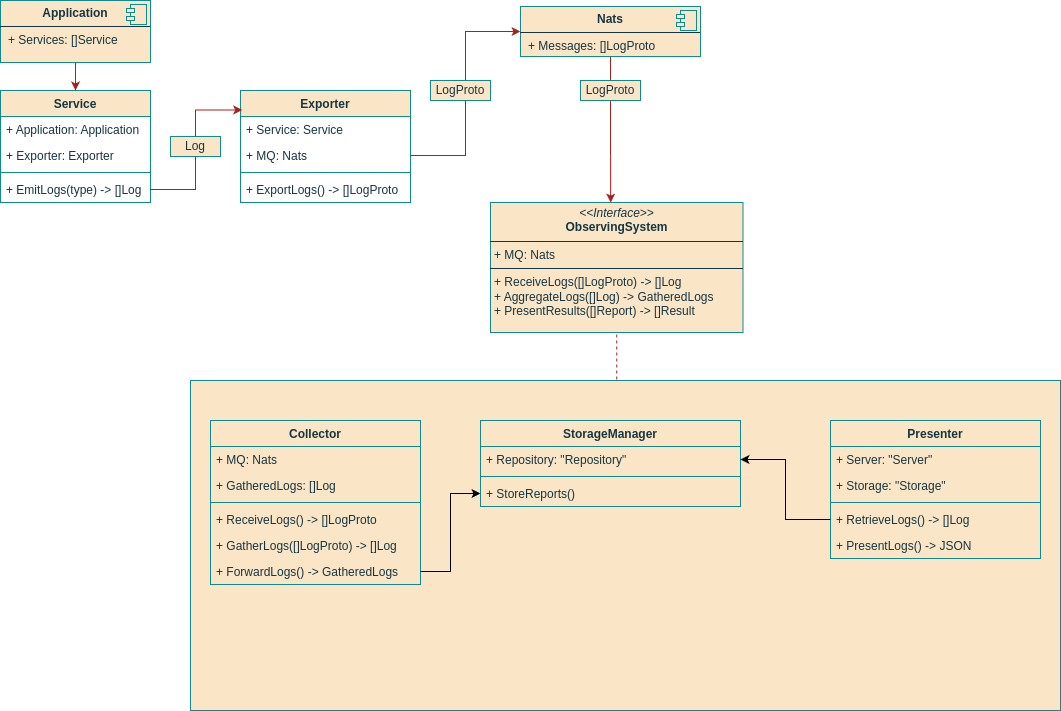
Before: general/mvps/mvp_v1/diagrs/logical_view.png, a diagram exported from draw.io (John321Blacksmith/knowledge_base). Source tidied: cells renumbered, new cells last; positions are measured from the earlier drawing's top-left corner, leaving out a move shared by most shapes.
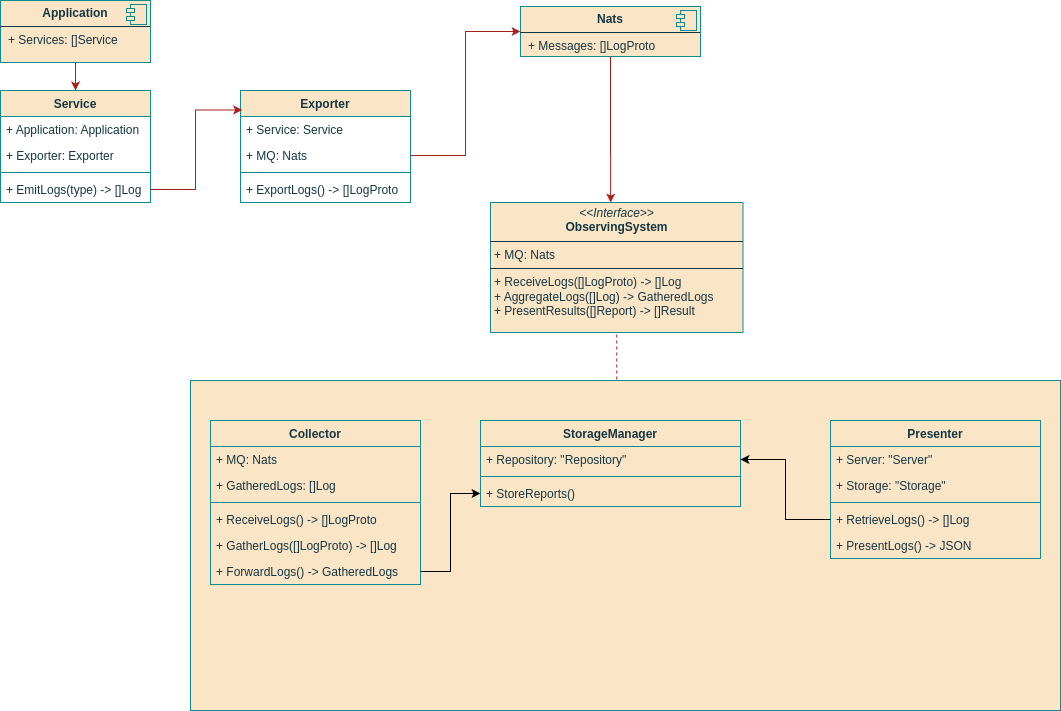
After the commit.

The edit, as a diff of the source:
```diff
@@ -60,18 +60,9 @@
     <mxCell id="19" style="edgeStyle=orthogonalEdgeStyle;rounded=0;jettySize=auto;html=1;entryX=0;entryY=0.5;entryDx=0;entryDy=0;labelBackgroundColor=none;strokeColor=#A8201A;fontColor=default;" parent="1" edge="1" source="13" target="17">
       <mxGeometry relative="1" as="geometry" />
     </mxCell>
-    <mxCell id="20" value="LogProto" style="html=1;whiteSpace=wrap;labelBackgroundColor=none;fillColor=#FAE5C7;strokeColor=#0F8B8D;fontColor=#143642;" parent="1" vertex="1">
-      <mxGeometry x="430" y="80" width="60" height="20" as="geometry" />
-    </mxCell>
     <mxCell id="21" style="edgeStyle=orthogonalEdgeStyle;rounded=0;jettySize=auto;html=1;entryX=0.01;entryY=0.174;entryDx=0;entryDy=0;entryPerimeter=0;labelBackgroundColor=none;strokeColor=#A8201A;fontColor=default;" parent="1" edge="1" source="10" target="11">
       <mxGeometry relative="1" as="geometry" />
     </mxCell>
-    <mxCell id="22" value="Log" style="html=1;whiteSpace=wrap;labelBackgroundColor=none;fillColor=#FAE5C7;strokeColor=#0F8B8D;fontColor=#143642;" parent="1" vertex="1">
-      <mxGeometry x="170" y="136" width="50" height="20" as="geometry" />
-    </mxCell>
-    <mxCell id="23" value="LogProto" style="html=1;whiteSpace=wrap;labelBackgroundColor=none;fillColor=#FAE5C7;strokeColor=#0F8B8D;fontColor=#143642;" parent="1" vertex="1">
-      <mxGeometry x="580" y="80" width="60" height="20" as="geometry" />
-    </mxCell>
     <mxCell id="24" value="&lt;p style=&quot;margin:0px;margin-top:4px;text-align:center;&quot;&gt;&lt;i&gt;&amp;lt;&amp;lt;Interface&amp;gt;&amp;gt;&lt;/i&gt;&lt;br&gt;&lt;b&gt;ObservingSystem&lt;/b&gt;&lt;/p&gt;&lt;hr size=&quot;1&quot; style=&quot;border-style:solid;&quot;&gt;&lt;p style=&quot;margin:0px;margin-left:4px;&quot;&gt;+ MQ: Nats&lt;br&gt;&lt;/p&gt;&lt;hr size=&quot;1&quot; style=&quot;border-style:solid;&quot;&gt;&lt;p style=&quot;margin:0px;margin-left:4px;&quot;&gt;+ ReceiveLogs([]LogProto) -&amp;gt; []Log&lt;/p&gt;&lt;p style=&quot;margin:0px;margin-left:4px;&quot;&gt;+ AggregateLogs([]Log) -&amp;gt; GatheredLogs&lt;/p&gt;&lt;p style=&quot;margin:0px;margin-left:4px;&quot;&gt;+ PresentResults([]Report) -&amp;gt; []Result&lt;/p&gt;" style="verticalAlign=top;align=left;overflow=fill;html=1;whiteSpace=wrap;labelBackgroundColor=none;fillColor=#FAE5C7;strokeColor=#0F8B8D;fontColor=#143642;" parent="1" vertex="1">
       <mxGeometry x="490" y="202" width="252.5" height="130" as="geometry" />
     </mxCell>
```
